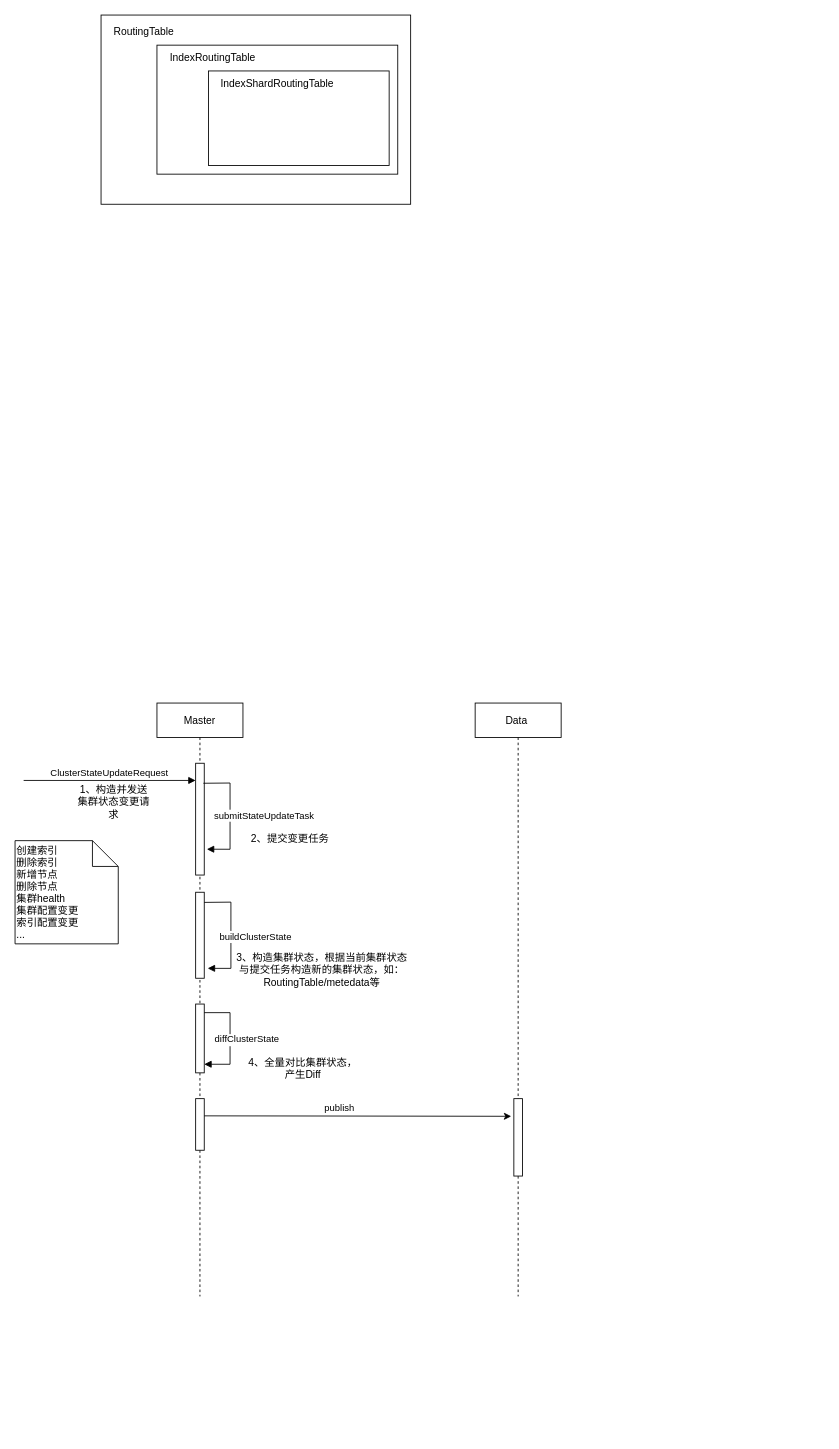
This is elasticsearch/meta/meta_raw.drawio from kingskipper/design, a draw.io file, before an edit. Source tidied: cells renumbered, new cells numbered last; positions are measured from the earlier drawing's top-left corner, leaving out a move shared by most shapes. Both pictures are drawn from the tidied source at 86%, with x=0, y=0 at pixel (15, 15).
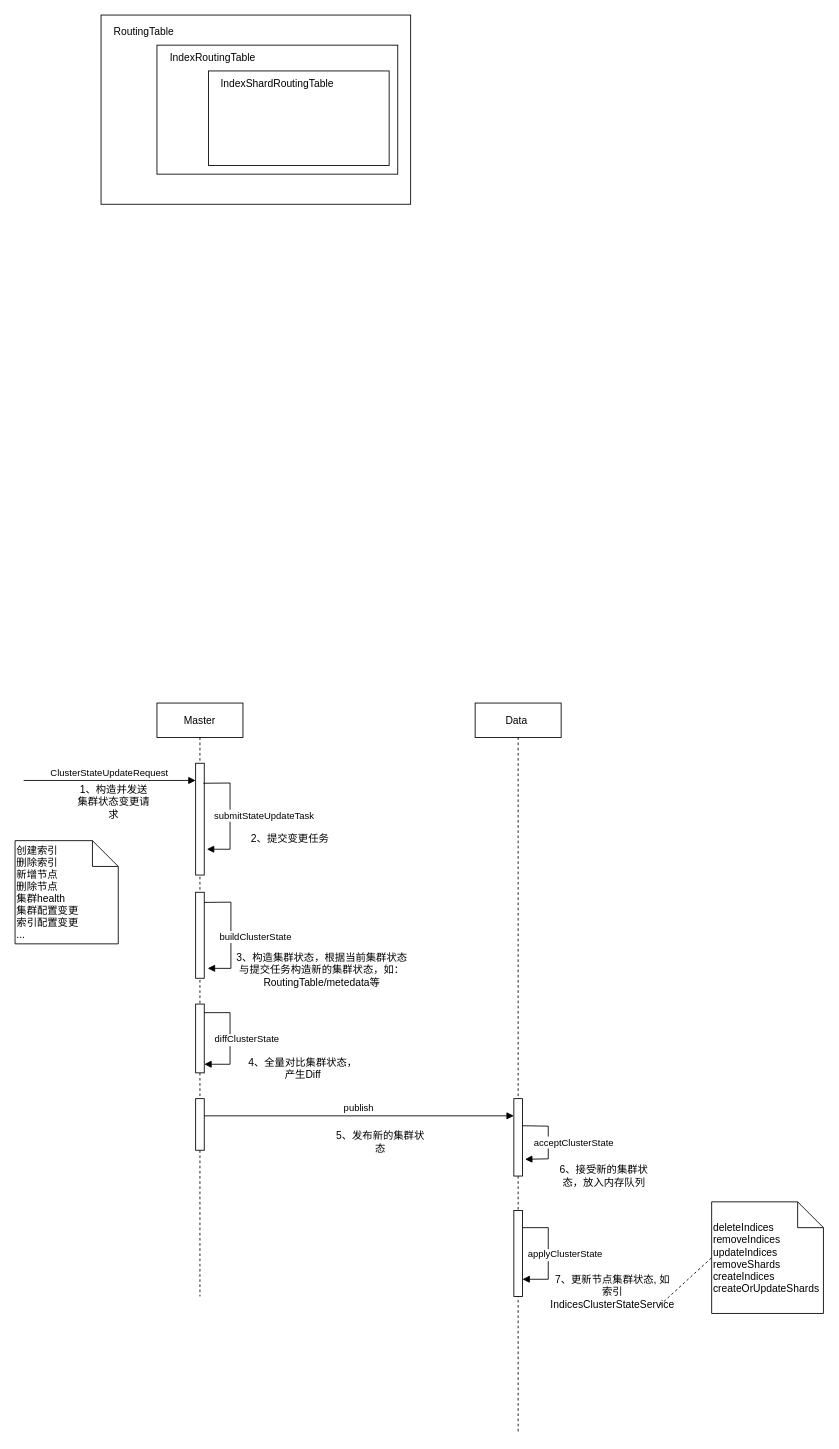
After the change.

The change refers to these unchanged cells:
```xml
<mxCell id="2" value="Master" style="shape=umlLifeline;perimeter=lifelinePerimeter;rounded=0;shadow=0;strokeWidth=1;" parent="1" vertex="1">
  <mxGeometry x="165" y="800" width="100" height="690" as="geometry" />
</mxCell>
<mxCell id="13" style="points=[];perimeter=orthogonalPerimeter;rounded=0;shadow=0;strokeWidth=1;" parent="12" vertex="1">
  <mxGeometry x="45" y="460" width="10" height="90" as="geometry" />
</mxCell>
```

Change to the diagram source:
```diff
@@
-    <mxCell id="10" style="endArrow=classic;html=1;entryX=-0.3;entryY=0.228;entryDx=0;entryDy=0;entryPerimeter=0;rounded=1;" parent="2" edge="1" target="13">
-      <mxGeometry relative="1" as="geometry">
-        <mxPoint x="55" y="480" as="sourcePoint" />
-      </mxGeometry>
-    </mxCell>
-    <mxCell id="11" value="publish" style="edgeLabel;html=1;align=center;verticalAlign=middle;" parent="10" vertex="1">
-      <mxGeometry relative="1" as="geometry">
-        <mxPoint x="-22" y="-10" as="offset" />
-      </mxGeometry>
-    </mxCell>
     <mxCell id="12" value="Data " style="shape=umlLifeline;perimeter=lifelinePerimeter;rounded=0;shadow=0;strokeWidth=1;" parent="1" vertex="1">
-      <mxGeometry x="535" y="800" width="100" height="690" as="geometry" />
+      <mxGeometry x="535" y="800" width="100" height="850" as="geometry" />
     </mxCell>
@@
+    <mxCell id="26" value="acceptClusterState" style="verticalAlign=bottom;endArrow=block;shadow=0;strokeWidth=1;rounded=0;entryX=1.3;entryY=0.783;entryDx=0;entryDy=0;entryPerimeter=0;exitX=1;exitY=0.35;exitDx=0;exitDy=0;exitPerimeter=0;" parent="12" edge="1" source="13" target="13">
+      <mxGeometry x="0.22" y="30" relative="1" as="geometry">
+        <Array as="points">
+          <mxPoint x="85" y="492" />
+          <mxPoint x="85" y="530" />
+        </Array>
+      </mxGeometry>
+    </mxCell>
+    <mxCell id="27" style="perimeter=orthogonalPerimeter;rounded=0;shadow=0;strokeWidth=1;" parent="12" vertex="1">
+      <mxGeometry x="45" y="590" width="10" height="100" as="geometry" />
+    </mxCell>
+    <mxCell id="28" value="applyClusterState" style="verticalAlign=bottom;endArrow=block;shadow=0;strokeWidth=1;rounded=0;" parent="12" edge="1">
+      <mxGeometry x="0.17" y="20" relative="1" as="geometry">
+        <mxPoint x="55" y="610" as="sourcePoint" />
+        <mxPoint x="55" y="670" as="targetPoint" />
+        <Array as="points">
+          <mxPoint x="85" y="610" />
+          <mxPoint x="85" y="670" />
+        </Array>
+      </mxGeometry>
+    </mxCell>
@@
+    <mxCell id="11" value="publish" style="verticalAlign=bottom;endArrow=block;shadow=0;strokeWidth=1;rounded=0;" parent="1" edge="1">
+      <mxGeometry relative="1" as="geometry">
+        <mxPoint x="220" y="1280" as="sourcePoint" />
+        <mxPoint x="580" y="1280" as="targetPoint" />
+      </mxGeometry>
+    </mxCell>
+    <mxCell id="29" value="5、发布新的集群状态" style="text;html=1;strokeColor=none;fillColor=none;align=center;verticalAlign=middle;whiteSpace=wrap;rounded=0;" parent="1" vertex="1">
+      <mxGeometry x="370" y="1290" width="110" height="40" as="geometry" />
+    </mxCell>
+    <mxCell id="30" value="6、接受新的集群状态，放入内存队列" style="text;html=1;strokeColor=none;fillColor=none;align=center;verticalAlign=middle;whiteSpace=wrap;rounded=0;" parent="1" vertex="1">
+      <mxGeometry x="630" y="1330" width="110" height="40" as="geometry" />
+    </mxCell>
+    <mxCell id="31" style="edgeStyle=none;rounded=0;jettySize=auto;html=1;entryX=0;entryY=0.5;entryDx=0;entryDy=0;entryPerimeter=0;exitX=1;exitY=1;exitDx=0;exitDy=0;dashed=1;endArrow=none;endFill=0;" parent="1" edge="1" source="32" target="33">
+      <mxGeometry relative="1" as="geometry" />
+    </mxCell>
+    <mxCell id="32" value="7、更新节点集群状态, 如索引IndicesClusterStateService" style="text;html=1;strokeColor=none;fillColor=none;align=center;verticalAlign=middle;whiteSpace=wrap;rounded=0;" parent="1" vertex="1">
+      <mxGeometry x="640" y="1470" width="110" height="30" as="geometry" />
+    </mxCell>
+    <mxCell id="33" value="deleteIndices&#10;removeIndices&#10;updateIndices&#10;removeShards&#10;createIndices&#10;createOrUpdateShards" style="shape=note;align=left;" parent="1" vertex="1">
+      <mxGeometry x="810" y="1380" width="130" height="129.8" as="geometry" />
+    </mxCell>
```
